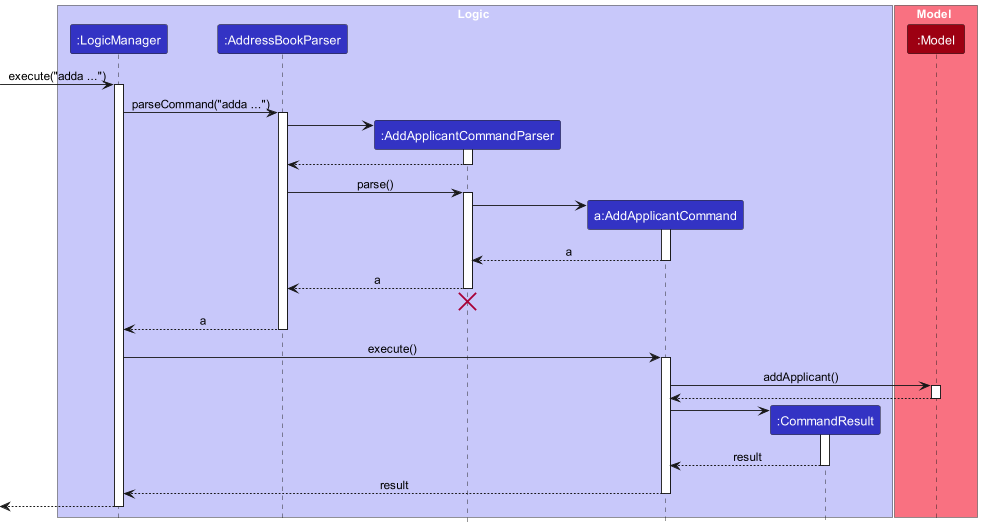
Above: docs/images/AddApplicantSequenceDiagram.png in nus-cs2103-AY2324S1/tp (PlantUML), before the change. Source of this version:
```plantuml
@startuml
!include style.puml
skinparam ArrowFontStyle plain

box Logic LOGIC_COLOR_T1
participant ":LogicManager" as LogicManager LOGIC_COLOR
participant ":AddressBookParser" as AddressBookParser LOGIC_COLOR
participant ":AddApplicantCommandParser" as AddApplicantCommandParser LOGIC_COLOR
participant "a:AddApplicantCommand" as AddApplicantCommand LOGIC_COLOR
participant ":CommandResult" as CommandResult LOGIC_COLOR
end box

box Model MODEL_COLOR_T1
participant ":Model" as Model MODEL_COLOR
end box

[-> LogicManager : execute("adda ...")
activate LogicManager

LogicManager -> AddressBookParser : parseCommand("adda ...")
activate AddressBookParser

create AddApplicantCommandParser
AddressBookParser -> AddApplicantCommandParser
activate AddApplicantCommandParser

AddApplicantCommandParser --> AddressBookParser
deactivate AddApplicantCommandParser

AddressBookParser -> AddApplicantCommandParser : parse()
activate AddApplicantCommandParser

create AddApplicantCommand
AddApplicantCommandParser -> AddApplicantCommand
activate AddApplicantCommand

AddApplicantCommand --> AddApplicantCommandParser : a
deactivate AddApplicantCommand

AddApplicantCommandParser --> AddressBookParser : a
deactivate AddApplicantCommandParser

AddApplicantCommandParser -[hidden]-> AddressBookParser
destroy AddApplicantCommandParser

AddressBookParser --> LogicManager : a
deactivate AddressBookParser

LogicManager -> AddApplicantCommand : execute()
activate AddApplicantCommand

AddApplicantCommand -> Model : addApplicant()
activate Model

Model --> AddApplicantCommand
deactivate Model

create CommandResult
AddApplicantCommand -> CommandResult
activate CommandResult

CommandResult --> AddApplicantCommand : result
deactivate CommandResult

AddApplicantCommand --> LogicManager : result
deactivate AddApplicantCommand

[<--LogicManager
deactivate LogicManager
@enduml
```
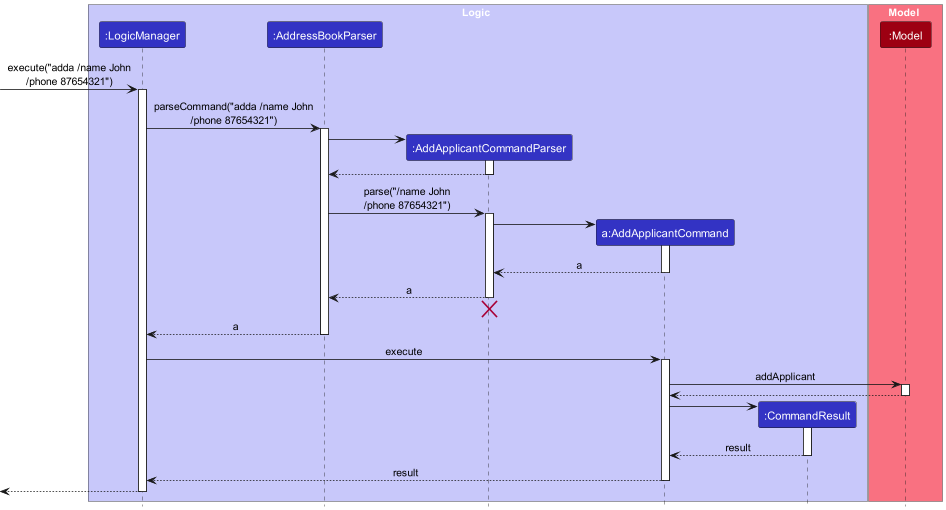
After the commit.

What changed in the source:
```diff
@@ -14,10 +14,10 @@
 participant ":Model" as Model MODEL_COLOR
 end box
 
-[-> LogicManager : execute("adda ...")
+[-> LogicManager : execute("adda /name John\n/phone 87654321")
 activate LogicManager
 
-LogicManager -> AddressBookParser : parseCommand("adda ...")
+LogicManager -> AddressBookParser : parseCommand("adda /name John\n/phone 87654321")
 activate AddressBookParser
 
 create AddApplicantCommandParser
@@ -27,7 +27,7 @@
 AddApplicantCommandParser --> AddressBookParser
 deactivate AddApplicantCommandParser
 
-AddressBookParser -> AddApplicantCommandParser : parse()
+AddressBookParser -> AddApplicantCommandParser : parse("/name John\n/phone 87654321")
 activate AddApplicantCommandParser
 
 create AddApplicantCommand
@@ -46,10 +46,10 @@
 AddressBookParser --> LogicManager : a
 deactivate AddressBookParser
 
-LogicManager -> AddApplicantCommand : execute()
+LogicManager -> AddApplicantCommand : execute
 activate AddApplicantCommand
 
-AddApplicantCommand -> Model : addApplicant()
+AddApplicantCommand -> Model : addApplicant
 activate Model
 
 Model --> AddApplicantCommand
```
